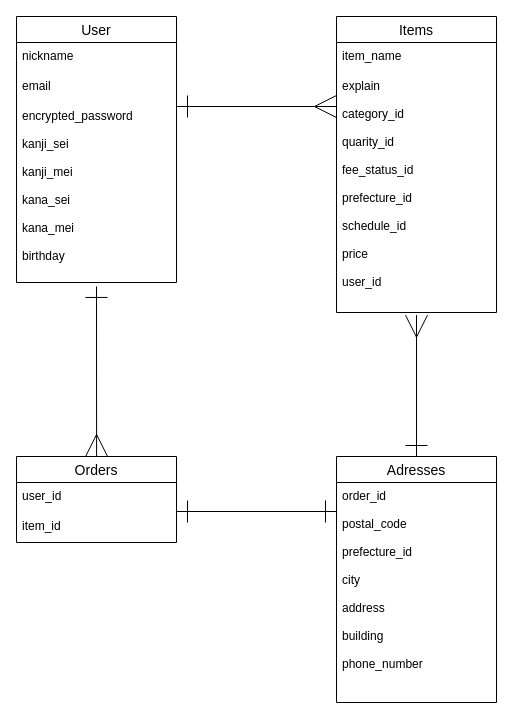
Above: ER.dio in KazutakaSuzuki/furima-39272 (draw.io), before the change. Source tidied: cells renumbered, new cells numbered last; positions are measured from the earlier drawing's top-left corner, leaving out a move shared by most shapes. Both pictures are drawn from the tidied source at 100%, with x=0, y=0 at pixel (16, 16).
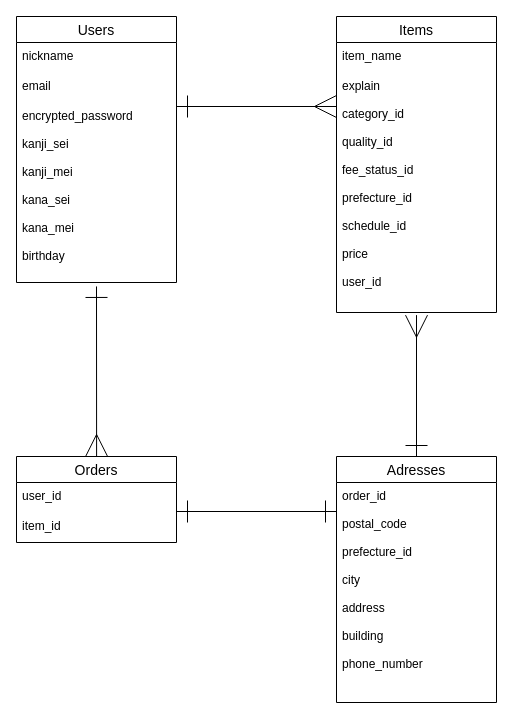
The same page after the edit.

Commit message (it also covers changes not shown here):
ER図/テーブル設計修正6

Unchanged cells that the change refers to:
```xml
<mxCell id="6" value="Items" style="swimlane;fontStyle=0;horizontal=1;startSize=26;align=center;fontSize=14;swimlaneLine=1;strokeColor=default;" parent="1" vertex="1">
  <mxGeometry x="320" width="160" height="296" as="geometry" />
</mxCell>
```

What changed in the source:
```diff
@@
-    <mxCell id="2" value="User" style="swimlane;fontStyle=0;horizontal=1;startSize=26;align=center;fontSize=14;" parent="1" vertex="1">
+    <mxCell id="2" value="Users" style="swimlane;fontStyle=0;horizontal=1;startSize=26;align=center;fontSize=14;" parent="1" vertex="1">
       <mxGeometry width="160" height="266" as="geometry" />
     </mxCell>
@@
-    <mxCell id="8" value="explain&#10;&#10;category_id&#10;&#10;quarity_id&#10;&#10;fee_status_id&#10;&#10;prefecture_id&#10;&#10;schedule_id&#10;&#10;price&#10;&#10;user_id&#10;&#10;&#10;&#10;&#10;&#10;&#10;&#10;&#10;" style="text;strokeColor=none;fillColor=none;spacingLeft=4;spacingRight=4;overflow=hidden;points=[[0,0.5],[1,0.5]];portConstraint=eastwest;fontSize=12;" parent="6" vertex="1">
+    <mxCell id="8" value="explain&#10;&#10;category_id&#10;&#10;quality_id&#10;&#10;fee_status_id&#10;&#10;prefecture_id&#10;&#10;schedule_id&#10;&#10;price&#10;&#10;user_id&#10;&#10;&#10;&#10;&#10;&#10;&#10;&#10;&#10;" style="text;strokeColor=none;fillColor=none;spacingLeft=4;spacingRight=4;overflow=hidden;points=[[0,0.5],[1,0.5]];portConstraint=eastwest;fontSize=12;" parent="6" vertex="1">
       <mxGeometry y="56" width="160" height="240" as="geometry" />
     </mxCell>
```
